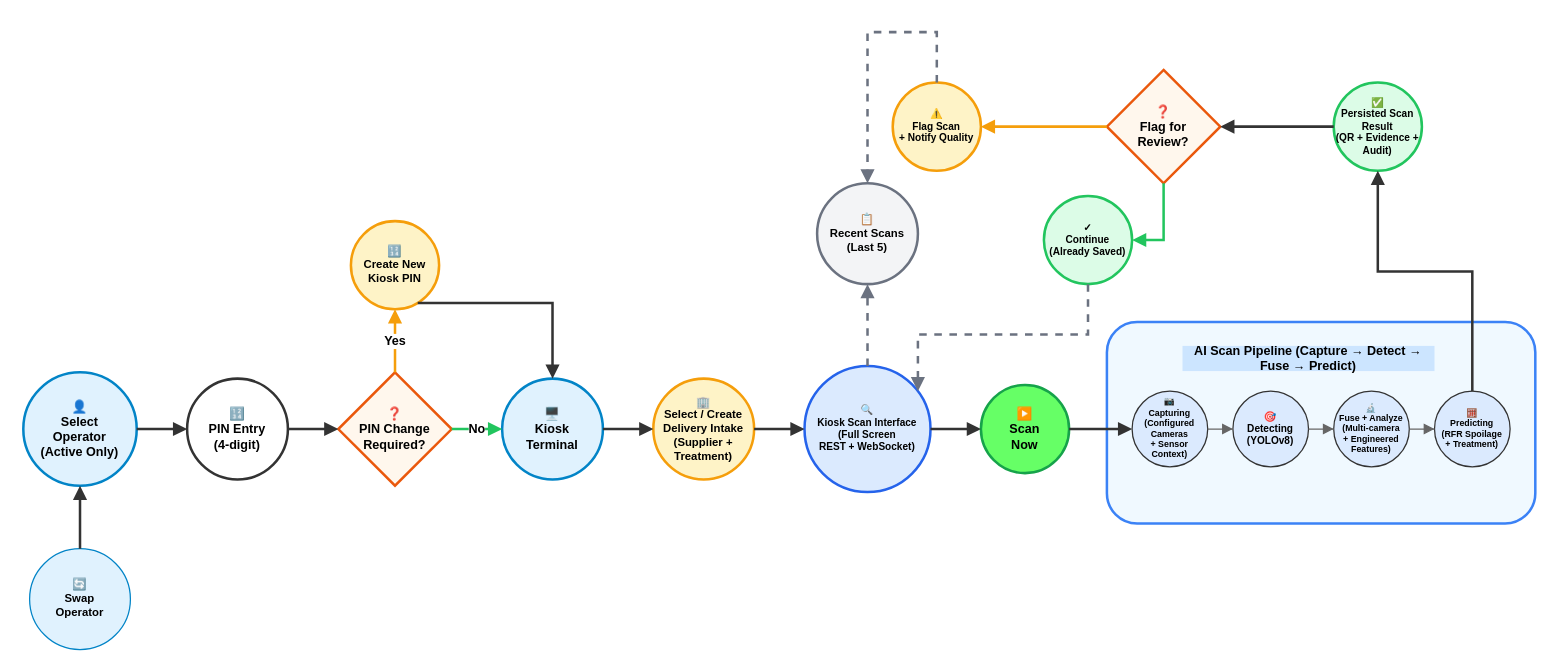
The draw.io diagram docs/bananavision-docs/docs/workflows/workflow_kiosk.drawio in BlackShark404/BananaVision, before the edit. Source tidied: cells renumbered, new cells numbered last; positions are measured from the earlier drawing's top-left corner, leaving out a move shared by most shapes. Both pictures are drawn from the tidied source at 126%, with x=0, y=0 at pixel (23, 32).
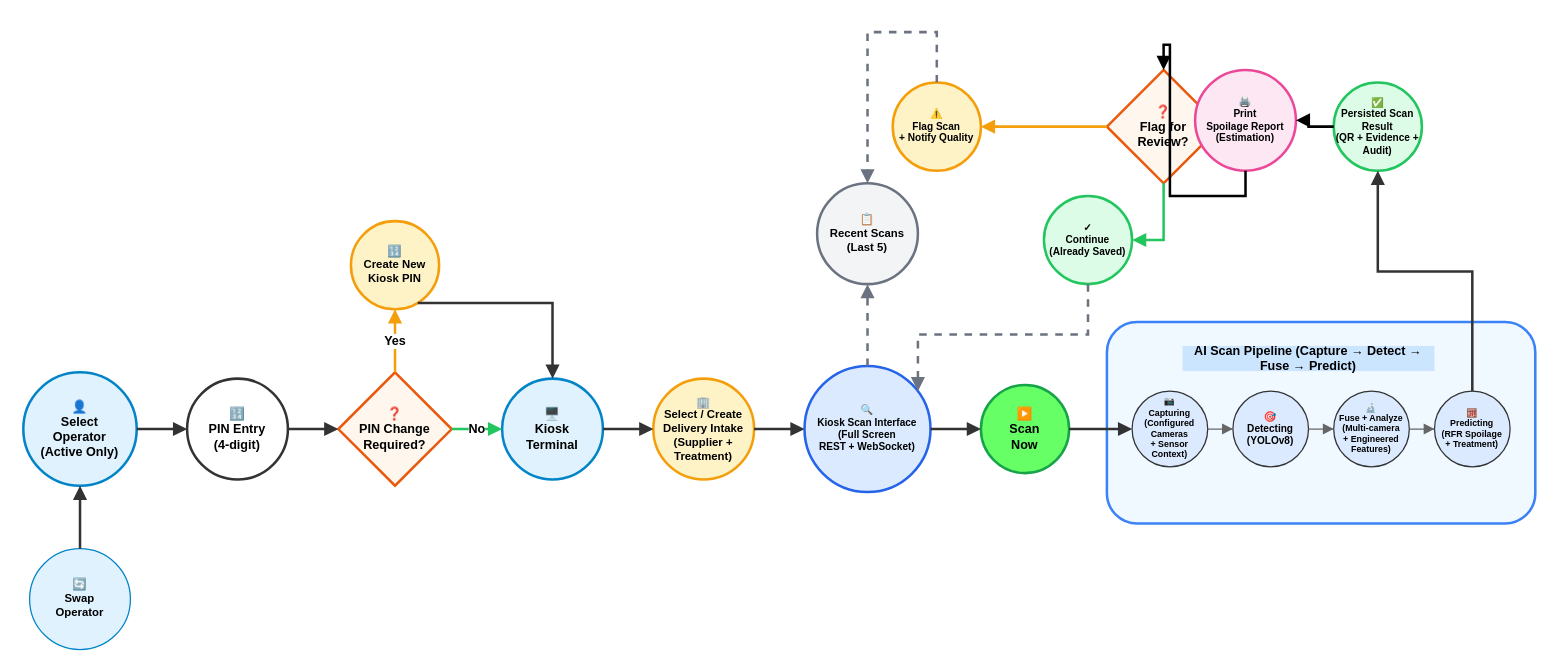
The same page after the edit.

Commit message (it also covers changes not shown here):
Refresh workflow docs and diagrams

Unchanged cells that the change refers to:
```xml
<mxCell id="16" value="✅&lt;br&gt;Persisted Scan Result&lt;br&gt;(QR + Evidence + Audit)" style="ellipse;whiteSpace=wrap;html=1;fillColor=#dcfce7;strokeColor=#22c55e;strokeWidth=2;fontSize=8;fontStyle=1;" parent="1" vertex="1">
  <mxGeometry x="1040" y="40" width="70" height="70" as="geometry" />
</mxCell>
<mxCell id="17" value="❓&lt;br&gt;Flag for&lt;br&gt;Review?" style="rhombus;whiteSpace=wrap;html=1;fillColor=#fff7ed;strokeColor=#ea580c;strokeWidth=2;fontSize=10;fontStyle=1;" parent="1" vertex="1">
  <mxGeometry x="860" y="30" width="90" height="90" as="geometry" />
</mxCell>
```

Diff of the diagram source:
```diff
@@
+    <mxCell id="42" value="🖨️&lt;br&gt;Print&lt;br&gt;Spoilage Report&lt;br&gt;(Estimation)" style="ellipse;whiteSpace=wrap;html=1;fillColor=#fce7f3;strokeColor=#ec4899;strokeWidth=2;fontSize=8;fontStyle=1;" parent="1" vertex="1">
+      <mxGeometry x="930" y="30" width="80" height="80" as="geometry" />
+    </mxCell>
@@
-    <mxCell id="35" style="edgeStyle=orthogonalEdgeStyle;rounded=0;jettySize=auto;html=1;strokeWidth=2;strokeColor=#333333;endArrow=block;endFill=1;" parent="1" edge="1" source="16" target="17">
+    <mxCell id="35" style="edgeStyle=orthogonalEdgeStyle;rounded=0;jettySize=auto;html=1;strokeWidth=2;strokeColor:#333333;endArrow=block;endFill=1;" parent="1" edge="1" source="16" target="42">
       <mxGeometry relative="1" as="geometry" />
     </mxCell>
+    <mxCell id="43" style="edgeStyle=orthogonalEdgeStyle;rounded=0;jettySize=auto;html=1;strokeWidth=2;strokeColor:#333333;endArrow=block;endFill=1;" parent="1" edge="1" source="42" target="17">
+      <mxGeometry relative="1" as="geometry" />
+    </mxCell>
```
